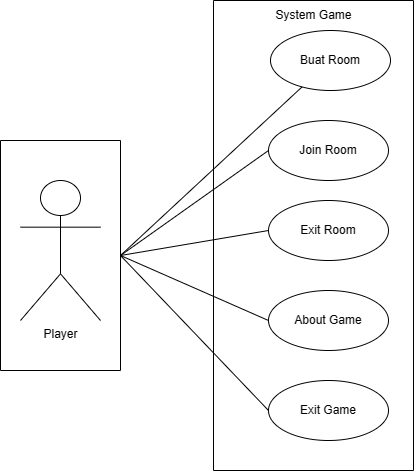
The draw.io diagram img/case-diagram.png in ahlulmukh/proposal-skripsi, before a commit. Source tidied: cells renumbered, new cells last; positions are measured from the earlier drawing's top-left corner, leaving out a move shared by most shapes.
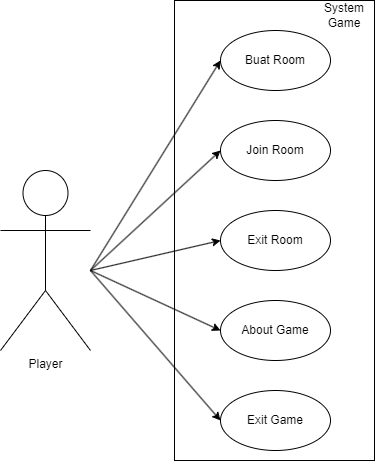
After the change.

Commit message:
fixe case

Change to the diagram source:
```diff
@@ -2,47 +2,55 @@
   <root>
     <mxCell id="0" />
     <mxCell id="1" parent="0" />
-    <mxCell id="2" value="Player" style="shape=umlActor;verticalLabelPosition=bottom;verticalAlign=top;html=1;" parent="1" vertex="1">
-      <mxGeometry x="20" y="180" width="80" height="140" as="geometry" />
+    <mxCell id="2" value="Player" style="shape=umlActor;verticalLabelPosition=bottom;verticalAlign=top;html=1;shadow=0;" parent="1" vertex="1">
+      <mxGeometry x="20" y="180" width="90" height="180" as="geometry" />
     </mxCell>
-    <mxCell id="3" style="swimlane;startSize=0;" parent="1" vertex="1">
-      <mxGeometry x="213" width="200" height="470" as="geometry" />
-    </mxCell>
-    <mxCell id="4" value="Exit Game" style="ellipse;whiteSpace=wrap;html=1;" parent="3" vertex="1">
-      <mxGeometry x="55" y="380" width="120" height="60" as="geometry" />
-    </mxCell>
+    <mxCell id="9" value="Buat Room" style="ellipse;whiteSpace=wrap;html=1;fillColor=none;" parent="1" vertex="1">
+      <mxGeometry x="240" y="40" width="110" height="60" as="geometry" />
+    </mxCell>
-    <mxCell id="5" value="Join Room" style="ellipse;whiteSpace=wrap;html=1;" parent="3" vertex="1">
-      <mxGeometry x="55" y="120" width="120" height="60" as="geometry" />
+    <mxCell id="5" value="Join Room" style="ellipse;whiteSpace=wrap;html=1;fillColor=none;" parent="1" vertex="1">
+      <mxGeometry x="240" y="130" width="110" height="60" as="geometry" />
     </mxCell>
-    <mxCell id="6" value="Exit Room" style="ellipse;whiteSpace=wrap;html=1;" parent="3" vertex="1">
-      <mxGeometry x="55" y="200" width="120" height="60" as="geometry" />
+    <mxCell id="6" value="Exit Room" style="ellipse;whiteSpace=wrap;html=1;fillColor=none;" parent="1" vertex="1">
+      <mxGeometry x="240" y="220" width="110" height="60" as="geometry" />
     </mxCell>
-    <mxCell id="7" value="About Game" style="ellipse;whiteSpace=wrap;html=1;" parent="3" vertex="1">
-      <mxGeometry x="55" y="290" width="120" height="60" as="geometry" />
+    <mxCell id="7" value="About Game" style="ellipse;whiteSpace=wrap;html=1;fillColor=none;" parent="1" vertex="1">
+      <mxGeometry x="240" y="310" width="110" height="60" as="geometry" />
     </mxCell>
+    <mxCell id="4" value="Exit Game" style="ellipse;whiteSpace=wrap;html=1;fillColor=none;" parent="1" vertex="1">
+      <mxGeometry x="240" y="400" width="110" height="60" as="geometry" />
+    </mxCell>
+    <mxCell id="16" style="endArrow=classic;html=1;rounded=0;entryX=0;entryY=0.5;entryDx=0;entryDy=0;" parent="1" edge="1" target="9">
+      <mxGeometry relative="1" as="geometry">
+        <mxPoint x="110" y="280" as="sourcePoint" />
+      </mxGeometry>
+    </mxCell>
+    <mxCell id="17" style="endArrow=classic;html=1;rounded=0;entryX=0;entryY=0.5;entryDx=0;entryDy=0;" parent="1" edge="1" target="5">
+      <mxGeometry relative="1" as="geometry">
+        <mxPoint x="110" y="280" as="sourcePoint" />
+      </mxGeometry>
+    </mxCell>
+    <mxCell id="18" style="endArrow=classic;html=1;rounded=0;" parent="1" edge="1">
+      <mxGeometry relative="1" as="geometry">
+        <mxPoint x="110" y="280" as="sourcePoint" />
+        <mxPoint x="240" y="250" as="targetPoint" />
+      </mxGeometry>
+    </mxCell>
+    <mxCell id="19" style="endArrow=classic;html=1;rounded=0;entryX=0;entryY=0.5;entryDx=0;entryDy=0;" parent="1" edge="1" target="7">
+      <mxGeometry relative="1" as="geometry">
+        <mxPoint x="110" y="280" as="sourcePoint" />
+      </mxGeometry>
+    </mxCell>
+    <mxCell id="20" style="endArrow=classic;html=1;rounded=0;entryX=0;entryY=0.5;entryDx=0;entryDy=0;" parent="1" edge="1" target="4">
+      <mxGeometry relative="1" as="geometry">
+        <mxPoint x="110" y="280" as="sourcePoint" />
+      </mxGeometry>
+    </mxCell>
+    <mxCell id="21" style="rounded=0;whiteSpace=wrap;html=1;fillColor=none;" parent="1" vertex="1">
+      <mxGeometry x="194" y="10" width="200" height="460" as="geometry" />
+    </mxCell>
-    <mxCell id="8" value="System Game" style="text;html=1;align=center;verticalAlign=middle;strokeColor=none;fillColor=none;" parent="3" vertex="1">
-      <mxGeometry x="50" width="100" height="30" as="geometry" />
+    <mxCell id="8" value="System Game" style="text;html=1;strokeColor=none;fillColor=none;align=center;verticalAlign=middle;whiteSpace=wrap;rounded=0;" parent="1" vertex="1">
+      <mxGeometry x="334" y="10" width="60" height="30" as="geometry" />
     </mxCell>
-    <mxCell id="9" value="Buat Room" style="ellipse;whiteSpace=wrap;html=1;" parent="3" vertex="1">
-      <mxGeometry x="57" y="30" width="120" height="60" as="geometry" />
-    </mxCell>
-    <mxCell id="10" style="swimlane;startSize=0;" parent="1" vertex="1">
-      <mxGeometry y="140" width="120" height="230" as="geometry" />
-    </mxCell>
-    <mxCell id="11" style="endArrow=none;html=1;rounded=0;exitX=1;exitY=0.5;exitDx=0;exitDy=0;" parent="1" edge="1" source="10" target="9">
-      <mxGeometry relative="1" as="geometry" />
-    </mxCell>
-    <mxCell id="12" style="endArrow=none;html=1;rounded=0;exitX=1;exitY=0.5;exitDx=0;exitDy=0;entryX=0;entryY=0.5;entryDx=0;entryDy=0;" parent="1" edge="1" source="10" target="5">
-      <mxGeometry relative="1" as="geometry" />
-    </mxCell>
-    <mxCell id="13" style="endArrow=none;html=1;rounded=0;exitX=1;exitY=0.5;exitDx=0;exitDy=0;entryX=0;entryY=0.5;entryDx=0;entryDy=0;" parent="1" edge="1" source="10" target="6">
-      <mxGeometry relative="1" as="geometry" />
-    </mxCell>
-    <mxCell id="14" style="endArrow=none;html=1;rounded=0;exitX=1;exitY=0.5;exitDx=0;exitDy=0;entryX=0;entryY=0.5;entryDx=0;entryDy=0;" parent="1" edge="1" source="10" target="7">
-      <mxGeometry relative="1" as="geometry" />
-    </mxCell>
-    <mxCell id="15" style="endArrow=none;html=1;rounded=0;exitX=1;exitY=0.5;exitDx=0;exitDy=0;entryX=0;entryY=0.5;entryDx=0;entryDy=0;" parent="1" edge="1" source="10" target="4">
-      <mxGeometry relative="1" as="geometry" />
-    </mxCell>
   </root>
 </mxGraphModel>
```
